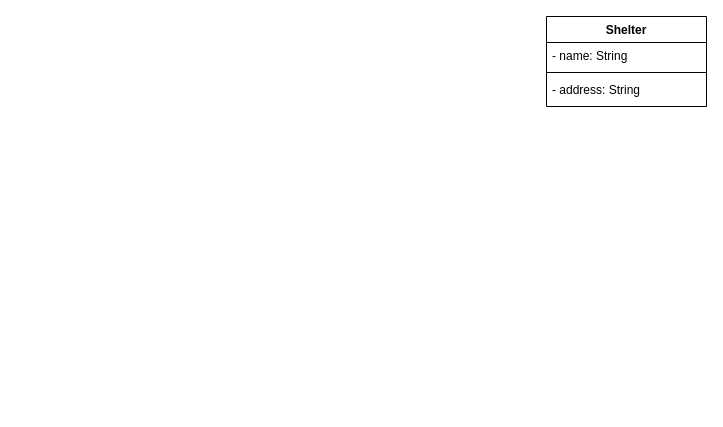
Earlier version of the draw.io diagram uml.drawio (jessicasanjuan/ENSF380-19). Source tidied: cells renumbered, new cells numbered last; positions are measured from the earlier drawing's top-left corner, leaving out a move shared by most shapes. Both pictures are drawn from the tidied source at 100%, with x=0, y=0 at pixel (546, 16).
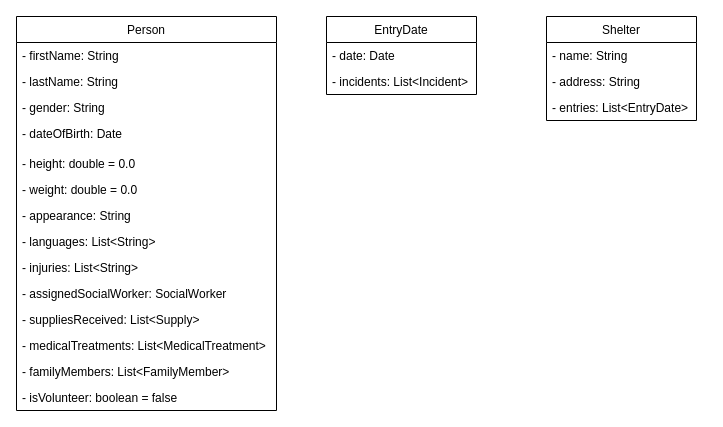
Above is the later version.

Commit message:
Additional UML

Added some more UML diagrams for other classes

The edit, as a diff of the source:
```diff
@@
-    <mxCell id="2" value="Shelter" style="swimlane;fontStyle=1;align=center;verticalAlign=top;horizontal=1;startSize=26;" parent="1" vertex="1">
-      <mxGeometry width="160" height="90" as="geometry" />
+    <mxCell id="2" value="Shelter" style="swimlane;fontStyle=0;horizontal=1;startSize=26;fillColor=none;" parent="1" vertex="1">
+      <mxGeometry width="150" height="104" as="geometry" />
     </mxCell>
     <mxCell id="3" value="- name: String" style="text;strokeColor=none;fillColor=none;align=left;verticalAlign=top;spacingLeft=4;spacingRight=4;overflow=hidden;" parent="2" vertex="1">
-      <mxGeometry y="26" width="160" height="26" as="geometry" />
+      <mxGeometry y="26" width="150" height="26" as="geometry" />
     </mxCell>
-    <mxCell id="4" style="line;strokeWidth=1;fillColor=none;align=left;verticalAlign=middle;spacingTop=-1;spacingLeft=3;spacingRight=3;labelPosition=right;strokeColor=inherit;" parent="2" vertex="1">
-      <mxGeometry y="52" width="160" height="8" as="geometry" />
-    </mxCell>
     <mxCell id="5" value="- address: String" style="text;strokeColor=none;fillColor=none;align=left;verticalAlign=top;spacingLeft=4;spacingRight=4;overflow=hidden;" parent="2" vertex="1">
-      <mxGeometry y="60" width="160" height="30" as="geometry" />
+      <mxGeometry y="52" width="150" height="26" as="geometry" />
     </mxCell>
+    <mxCell id="6" value="- entries: List&lt;EntryDate&gt;" style="text;strokeColor=none;fillColor=none;align=left;verticalAlign=top;spacingLeft=4;spacingRight=4;overflow=hidden;" parent="2" vertex="1">
+      <mxGeometry y="78" width="150" height="26" as="geometry" />
+    </mxCell>
+    <mxCell id="7" value="EntryDate" style="swimlane;fontStyle=0;horizontal=1;startSize=26;fillColor=none;" parent="1" vertex="1">
+      <mxGeometry x="-220" width="150" height="78" as="geometry" />
+    </mxCell>
+    <mxCell id="8" value="- date: Date" style="text;strokeColor=none;fillColor=none;align=left;verticalAlign=top;spacingLeft=4;spacingRight=4;overflow=hidden;" parent="7" vertex="1">
+      <mxGeometry y="26" width="150" height="26" as="geometry" />
+    </mxCell>
+    <mxCell id="9" value="- incidents: List&lt;Incident&gt;" style="text;strokeColor=none;fillColor=none;align=left;verticalAlign=top;spacingLeft=4;spacingRight=4;overflow=hidden;" parent="7" vertex="1">
+      <mxGeometry y="52" width="150" height="26" as="geometry" />
+    </mxCell>
+    <mxCell id="10" value="Person" style="swimlane;fontStyle=0;horizontal=1;startSize=26;fillColor=none;" parent="1" vertex="1">
+      <mxGeometry x="-530" width="260" height="394" as="geometry" />
+    </mxCell>
+    <mxCell id="11" value="- firstName: String" style="text;strokeColor=none;fillColor=none;align=left;verticalAlign=top;spacingLeft=4;spacingRight=4;overflow=hidden;" parent="10" vertex="1">
+      <mxGeometry y="26" width="260" height="26" as="geometry" />
+    </mxCell>
+    <mxCell id="12" value="- lastName: String" style="text;strokeColor=none;fillColor=none;align=left;verticalAlign=top;spacingLeft=4;spacingRight=4;overflow=hidden;" parent="10" vertex="1">
+      <mxGeometry y="52" width="260" height="26" as="geometry" />
+    </mxCell>
+    <mxCell id="13" value="- gender: String" style="text;strokeColor=none;fillColor=none;align=left;verticalAlign=top;spacingLeft=4;spacingRight=4;overflow=hidden;" parent="10" vertex="1">
+      <mxGeometry y="78" width="260" height="26" as="geometry" />
+    </mxCell>
+    <mxCell id="14" value="- dateOfBirth: Date" style="text;strokeColor=none;fillColor=none;align=left;verticalAlign=top;spacingLeft=4;spacingRight=4;overflow=hidden;" parent="10" vertex="1">
+      <mxGeometry y="104" width="260" height="30" as="geometry" />
+    </mxCell>
+    <mxCell id="15" value="- height: double = 0.0&#10;" style="text;strokeColor=none;fillColor=none;align=left;verticalAlign=top;spacingLeft=4;spacingRight=4;overflow=hidden;" parent="10" vertex="1">
+      <mxGeometry y="134" width="260" height="26" as="geometry" />
+    </mxCell>
+    <mxCell id="16" value="- weight: double = 0.0" style="text;strokeColor=none;fillColor=none;align=left;verticalAlign=top;spacingLeft=4;spacingRight=4;overflow=hidden;" parent="10" vertex="1">
+      <mxGeometry y="160" width="260" height="26" as="geometry" />
+    </mxCell>
+    <mxCell id="17" value="- appearance: String" style="text;strokeColor=none;fillColor=none;align=left;verticalAlign=top;spacingLeft=4;spacingRight=4;overflow=hidden;" parent="10" vertex="1">
+      <mxGeometry y="186" width="260" height="26" as="geometry" />
+    </mxCell>
+    <mxCell id="18" value="- languages: List&lt;String&gt;" style="text;strokeColor=none;fillColor=none;align=left;verticalAlign=top;spacingLeft=4;spacingRight=4;overflow=hidden;" parent="10" vertex="1">
+      <mxGeometry y="212" width="260" height="26" as="geometry" />
+    </mxCell>
+    <mxCell id="19" value="- injuries: List&lt;String&gt; " style="text;strokeColor=none;fillColor=none;align=left;verticalAlign=top;spacingLeft=4;spacingRight=4;overflow=hidden;" parent="10" vertex="1">
+      <mxGeometry y="238" width="260" height="26" as="geometry" />
+    </mxCell>
+    <mxCell id="20" value="- assignedSocialWorker: SocialWorker" style="text;strokeColor=none;fillColor=none;align=left;verticalAlign=top;spacingLeft=4;spacingRight=4;overflow=hidden;" parent="10" vertex="1">
+      <mxGeometry y="264" width="260" height="26" as="geometry" />
+    </mxCell>
+    <mxCell id="21" value="- suppliesReceived: List&lt;Supply&gt;" style="text;strokeColor=none;fillColor=none;align=left;verticalAlign=top;spacingLeft=4;spacingRight=4;overflow=hidden;" parent="10" vertex="1">
+      <mxGeometry y="290" width="260" height="26" as="geometry" />
+    </mxCell>
+    <mxCell id="22" value="- medicalTreatments: List&lt;MedicalTreatment&gt;&#10;" style="text;strokeColor=none;fillColor=none;align=left;verticalAlign=top;spacingLeft=4;spacingRight=4;overflow=hidden;" parent="10" vertex="1">
+      <mxGeometry y="316" width="260" height="26" as="geometry" />
+    </mxCell>
+    <mxCell id="23" value="- familyMembers: List&lt;FamilyMember&gt;" style="text;strokeColor=none;fillColor=none;align=left;verticalAlign=top;spacingLeft=4;spacingRight=4;overflow=hidden;" parent="10" vertex="1">
+      <mxGeometry y="342" width="260" height="26" as="geometry" />
+    </mxCell>
+    <mxCell id="24" value="- isVolunteer: boolean = false" style="text;strokeColor=none;fillColor=none;align=left;verticalAlign=top;spacingLeft=4;spacingRight=4;overflow=hidden;" parent="10" vertex="1">
+      <mxGeometry y="368" width="260" height="26" as="geometry" />
+    </mxCell>
```
